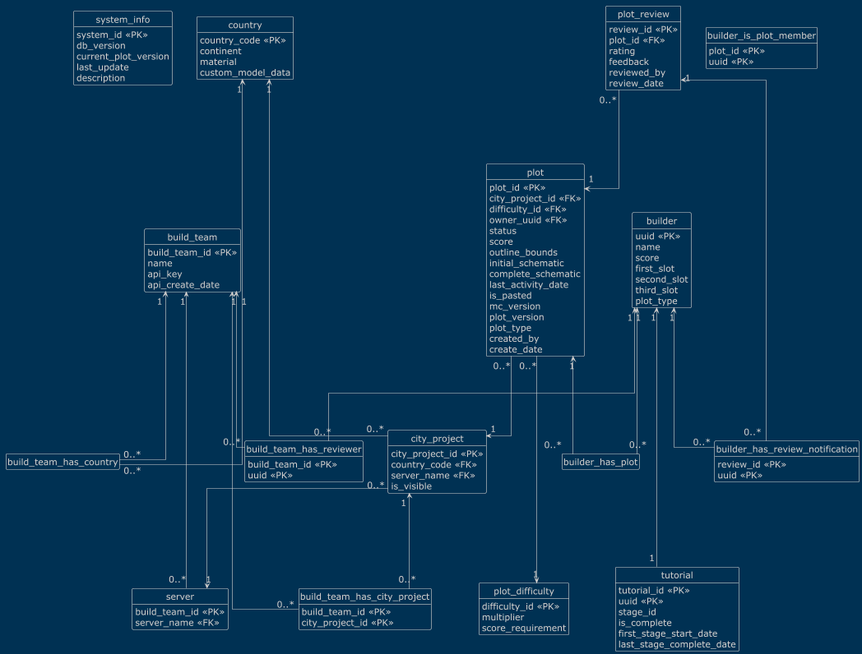
The PlantUML diagram logical-db.png in AlpsBTE/Plot-System-DB, before a commit.
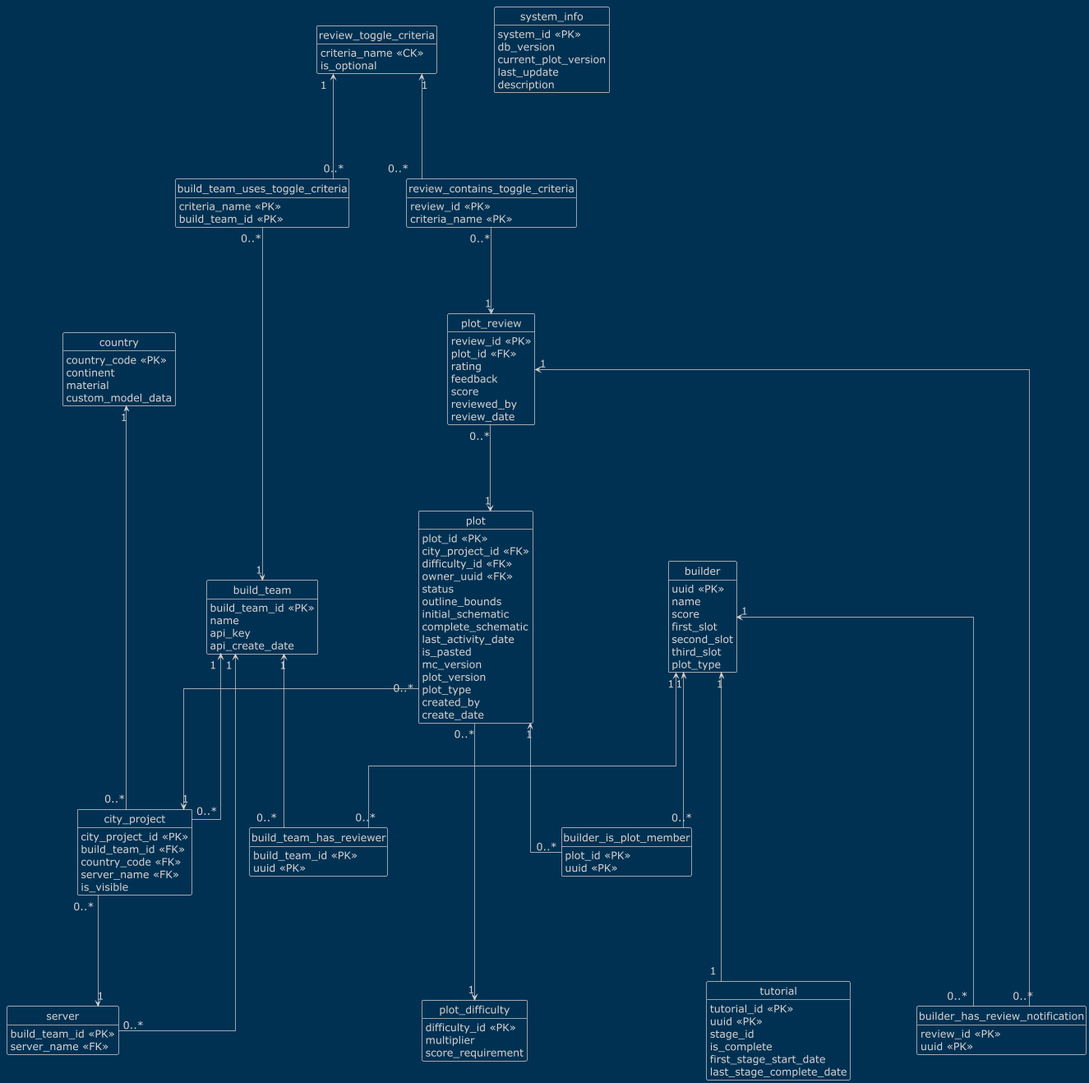
After the commit.

Commit message:
add new review tables to schema

Change to the diagram source:
```diff
@@ -1,5 +1,5 @@
 @startuml
-skinparam nodesep 50
+skinparam nodesep 100
 skinparam ranksep 150
 skinparam defaultFontSize 18
 
@@ -38,6 +38,7 @@
 
 entity city_project {
     city_project_id <<PK>>
+    build_team_id <<FK>>
     country_code <<FK>>
     server_name <<FK>>
     is_visible
@@ -65,7 +66,6 @@
     difficulty_id <<FK>>
     owner_uuid <<FK>>
     status
-    score
     outline_bounds
     initial_schematic
     complete_schematic
@@ -92,13 +92,14 @@
     plot_id <<FK>>
     rating
     feedback
+    score
     reviewed_by
     review_date
 }
 
-entity build_team_has_city_project {
-    build_team_id <<PK>>
-    city_project_id <<PK>>
+entity review_toggle_criteria {
+    criteria_name <<CK>>
+    is_optional
 }
 
 entity build_team_has_reviewer {
@@ -116,15 +117,22 @@
     uuid <<PK>>
 }
 
-build_team "1" <-- "0..*" build_team_has_city_project
-build_team "1" <-- "0..*" build_team_has_country
+entity "build_team_uses_toggle_criteria" {
+    criteria_name <<PK>>
+    build_team_id <<PK>>
+}
+
+entity "review_contains_toggle_criteria" {
+    review_id <<PK>>
+    criteria_name <<PK>>
+}
+
 build_team "1" <-- "0..*" build_team_has_reviewer
 build_team "1" <-- "0..*" server
+build_team "1" <-- "0..*" city_project
 
 country "1" <--- "0..*" city_project
-country "1" <--- "0..*" build_team_has_country
 
-city_project "1" <-- "0..*" build_team_has_city_project
 city_project "0..*" --> "1" server
 
 plot_review "1" <-- "0..*" builder_has_review_notification
@@ -132,10 +140,15 @@
 
 builder "1" <-- "0..*" build_team_has_reviewer
 builder "1" <--- "1" tutorial
-builder "1" <-- "0..*" builder_has_review_notification
-builder "1" <-- "0..*" builder_has_plot
+builder "1" <--- "0..*" builder_has_review_notification
+builder "1" <-- "0..*" builder_is_plot_member
 
 plot "0..*" --> "1" city_project
 plot "0..*" ---> "1" plot_difficulty
-plot "1" <-- "0..*" builder_has_plot
+plot "1" <-- "0..*" builder_is_plot_member
+
+review_toggle_criteria "1" <-- "0..*" build_team_uses_toggle_criteria
+build_team_uses_toggle_criteria "0..*" -> "1" build_team
+review_toggle_criteria "1" <-- "0..*" review_contains_toggle_criteria
+review_contains_toggle_criteria "0..*" --> "1" plot_review
 @enduml
```
